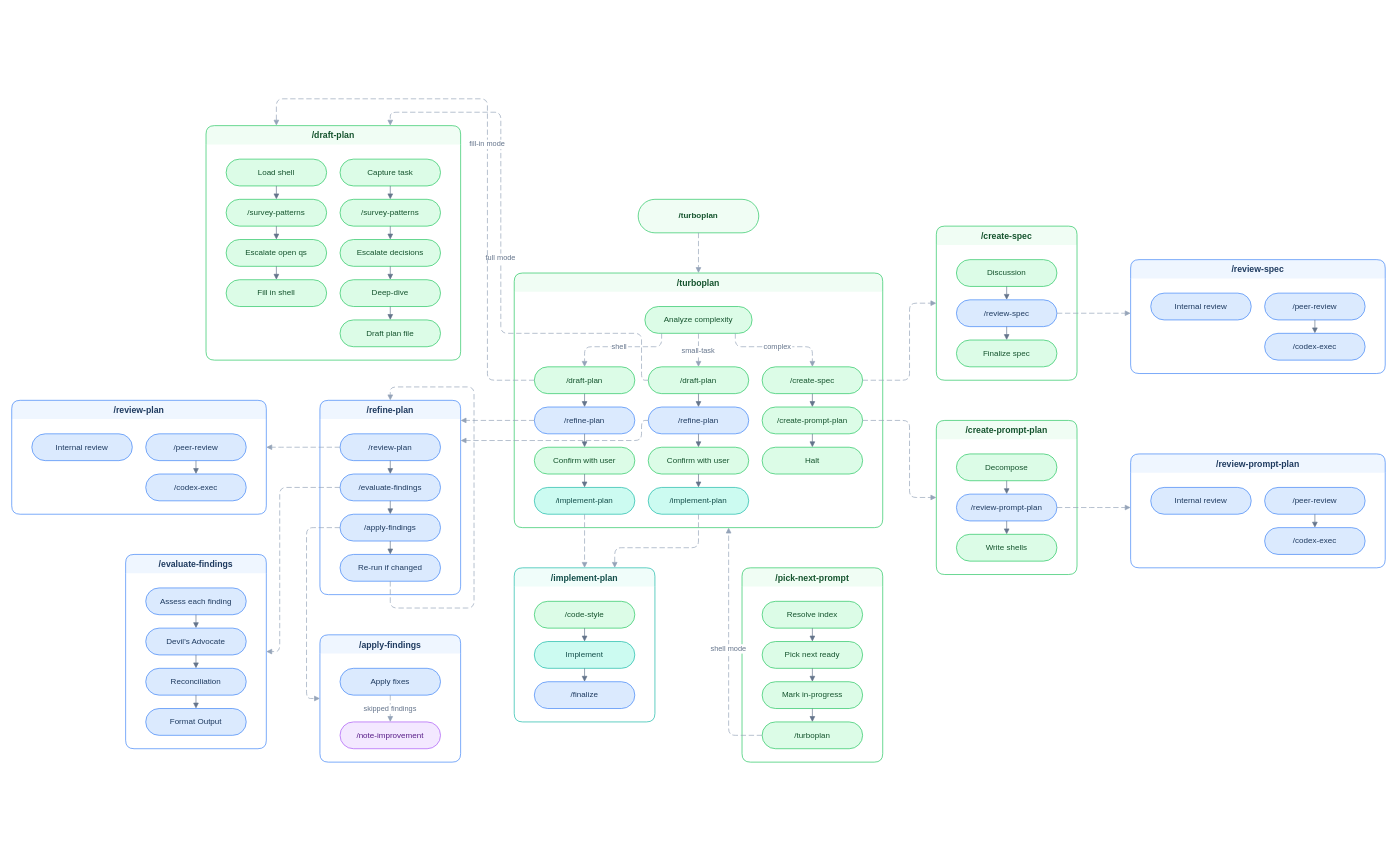
tobihagemann/turbo keeps this draw.io diagram as assets/how-turboplan-connects.drawio. Above is the earlier version. Source tidied: cells renumbered, new cells numbered last; positions are measured from the earlier drawing's top-left corner, leaving out a move shared by most shapes. Both pictures are drawn from the tidied source at 67%, with x=0, y=0 at pixel (11, 98).
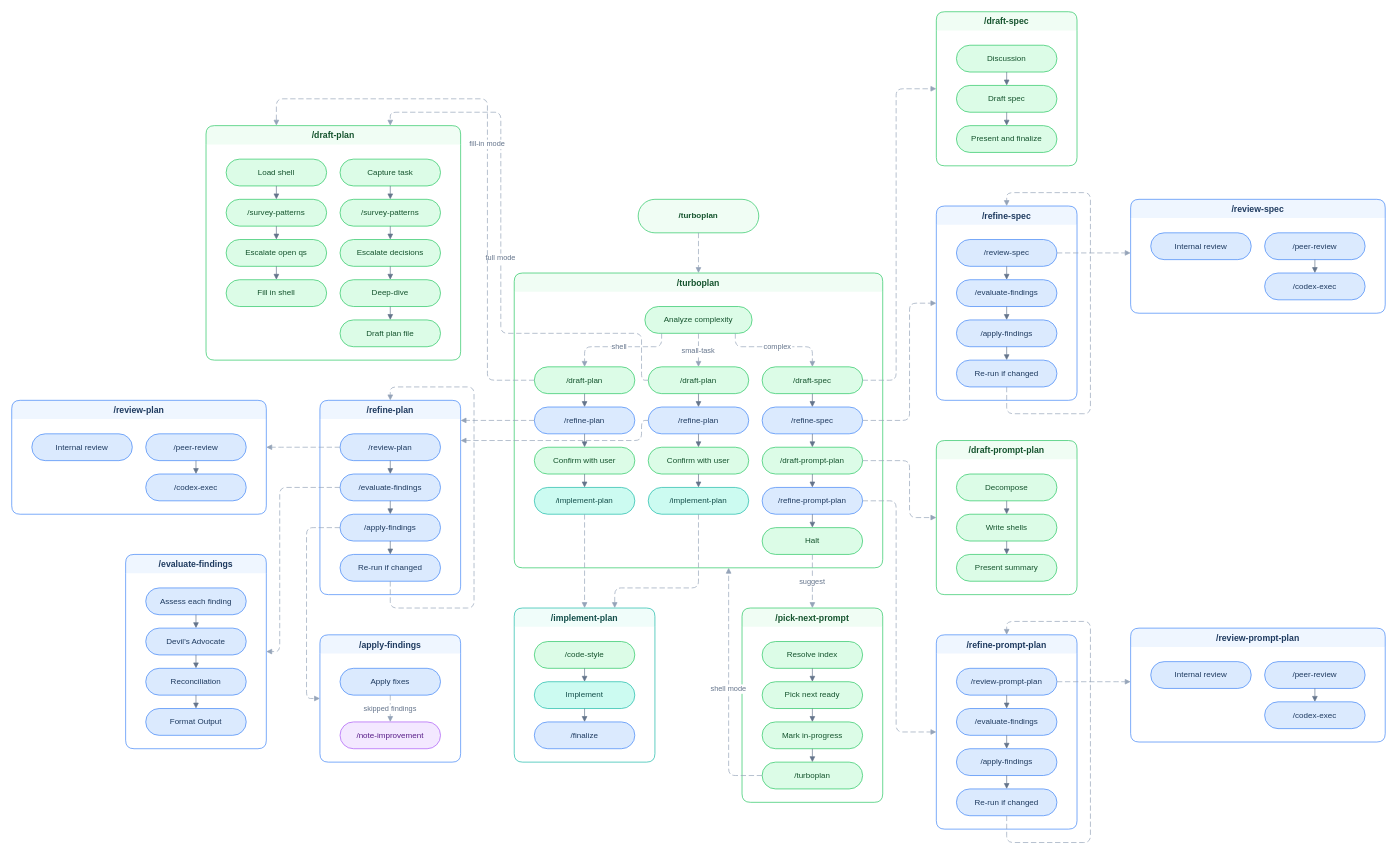
The same diagram, later.

Commit message (it also covers changes not shown here):
Add /refine-spec and /refine-prompt-plan, rename /create-spec and /create-prompt-plan to /draft-*

The change refers to these unchanged cells:
```xml
<mxCell id="13" value="/implement-plan" style="rounded=1;whiteSpace=wrap;html=1;arcSize=50;fillColor=#ccfbf1;strokeColor=#14b8a6;fontColor=#134e4a;fontSize=12;" parent="4" vertex="1">
  <mxGeometry x="200" y="320" width="150" height="40" as="geometry" />
</mxCell>
<mxCell id="103" value="/turboplan" style="rounded=1;whiteSpace=wrap;html=1;arcSize=50;fillColor=#dcfce7;strokeColor=#22c55e;fontColor=#14532d;fontSize=12;" parent="99" vertex="1">
  <mxGeometry x="30" y="230" width="150" height="40" as="geometry" />
</mxCell>
```

Change to the diagram source:
```diff
@@
     <mxCell id="4" value="/turboplan" style="swimlane;startSize=28;rounded=1;fillColor=#f0fdf4;strokeColor=#22c55e;fontColor=#14532d;fontStyle=1;fontSize=13;swimlaneLine=0;" parent="1" vertex="1">
-      <mxGeometry x="750" y="260" width="550" height="380" as="geometry" />
+      <mxGeometry x="750" y="260" width="550" height="440" as="geometry" />
     </mxCell>
@@
-    <mxCell id="14" value="/create-spec" style="rounded=1;whiteSpace=wrap;html=1;arcSize=50;fillColor=#dcfce7;strokeColor=#22c55e;fontColor=#14532d;fontSize=12;" parent="4" vertex="1">
+    <mxCell id="14" value="/draft-spec" style="rounded=1;whiteSpace=wrap;html=1;arcSize=50;fillColor=#dcfce7;strokeColor=#22c55e;fontColor=#14532d;fontSize=12;" parent="4" vertex="1">
       <mxGeometry x="370" y="140" width="150" height="40" as="geometry" />
     </mxCell>
-    <mxCell id="15" value="/create-prompt-plan" style="rounded=1;whiteSpace=wrap;html=1;arcSize=50;fillColor=#dcfce7;strokeColor=#22c55e;fontColor=#14532d;fontSize=12;" parent="4" vertex="1">
-      <mxGeometry x="370" y="200" width="150" height="40" as="geometry" />
+    <mxCell id="15" value="/draft-prompt-plan" style="rounded=1;whiteSpace=wrap;html=1;arcSize=50;fillColor=#dcfce7;strokeColor=#22c55e;fontColor=#14532d;fontSize=12;" parent="4" vertex="1">
+      <mxGeometry x="370" y="260" width="150" height="40" as="geometry" />
     </mxCell>
+    <mxCell id="121" value="/refine-spec" style="rounded=1;whiteSpace=wrap;html=1;arcSize=50;fillColor=#dbeafe;strokeColor=#3b82f6;fontColor=#1e3a5f;fontSize=12;" parent="4" vertex="1">
+      <mxGeometry x="370" y="200" width="150" height="40" as="geometry" />
+    </mxCell>
+    <mxCell id="122" value="/refine-prompt-plan" style="rounded=1;whiteSpace=wrap;html=1;arcSize=50;fillColor=#dbeafe;strokeColor=#3b82f6;fontColor=#1e3a5f;fontSize=12;" parent="4" vertex="1">
+      <mxGeometry x="370" y="320" width="150" height="40" as="geometry" />
+    </mxCell>
     <mxCell id="16" value="Halt" style="rounded=1;whiteSpace=wrap;html=1;arcSize=50;fillColor=#dcfce7;strokeColor=#22c55e;fontColor=#14532d;fontSize=12;" parent="4" vertex="1">
-      <mxGeometry x="370" y="260" width="150" height="40" as="geometry" />
+      <mxGeometry x="370" y="380" width="150" height="40" as="geometry" />
     </mxCell>
@@
-    <mxCell id="26" style="endArrow=block;endFill=1;rounded=1;edgeStyle=orthogonalEdgeStyle;strokeColor=#64748b;" parent="4" edge="1" source="14" target="15">
+    <mxCell id="26" style="endArrow=block;endFill=1;rounded=1;edgeStyle=orthogonalEdgeStyle;strokeColor=#64748b;" parent="4" edge="1" source="14" target="121">
       <mxGeometry relative="1" as="geometry" />
     </mxCell>
+    <mxCell id="123" style="endArrow=block;endFill=1;rounded=1;edgeStyle=orthogonalEdgeStyle;strokeColor=#64748b;" parent="4" edge="1" source="121" target="15">
+      <mxGeometry relative="1" as="geometry" />
+    </mxCell>
-    <mxCell id="27" style="endArrow=block;endFill=1;rounded=1;edgeStyle=orthogonalEdgeStyle;strokeColor=#64748b;" parent="4" edge="1" source="15" target="16">
+    <mxCell id="27" style="endArrow=block;endFill=1;rounded=1;edgeStyle=orthogonalEdgeStyle;strokeColor=#64748b;" parent="4" edge="1" source="15" target="122">
       <mxGeometry relative="1" as="geometry" />
     </mxCell>
+    <mxCell id="124" style="endArrow=block;endFill=1;rounded=1;edgeStyle=orthogonalEdgeStyle;strokeColor=#64748b;" parent="4" edge="1" source="122" target="16">
+      <mxGeometry relative="1" as="geometry" />
+    </mxCell>
@@
     <mxCell id="54" value="/implement-plan" style="swimlane;startSize=28;rounded=1;fillColor=#f0fdfa;strokeColor=#14b8a6;fontColor=#134e4a;fontStyle=1;fontSize=13;swimlaneLine=0;" parent="1" vertex="1">
-      <mxGeometry x="750" y="700" width="210" height="230" as="geometry" />
+      <mxGeometry x="750" y="760" width="210" height="230" as="geometry" />
     </mxCell>
@@
     <mxCell id="65" value="/review-spec" style="swimlane;startSize=28;rounded=1;fillColor=#eff6ff;strokeColor=#3b82f6;fontColor=#1e3a5f;fontStyle=1;fontSize=13;swimlaneLine=0;" parent="1" vertex="1">
-      <mxGeometry x="1670" y="240" width="380" height="170" as="geometry" />
+      <mxGeometry x="1670" y="150" width="380" height="170" as="geometry" />
     </mxCell>
@@
     <mxCell id="70" value="/review-prompt-plan" style="swimlane;startSize=28;rounded=1;fillColor=#eff6ff;strokeColor=#3b82f6;fontColor=#1e3a5f;fontStyle=1;fontSize=13;swimlaneLine=0;" parent="1" vertex="1">
-      <mxGeometry x="1670" y="530" width="380" height="170" as="geometry" />
+      <mxGeometry x="1670" y="790" width="380" height="170" as="geometry" />
     </mxCell>
@@
-    <mxCell id="87" value="/create-spec" style="swimlane;startSize=28;rounded=1;fillColor=#f0fdf4;strokeColor=#22c55e;fontColor=#14532d;fontStyle=1;fontSize=13;swimlaneLine=0;" parent="1" vertex="1">
-      <mxGeometry x="1380" y="190" width="210" height="230" as="geometry" />
+    <mxCell id="87" value="/draft-spec" style="swimlane;startSize=28;rounded=1;fillColor=#f0fdf4;strokeColor=#22c55e;fontColor=#14532d;fontStyle=1;fontSize=13;swimlaneLine=0;" parent="1" vertex="1">
+      <mxGeometry x="1380" y="-130" width="210" height="230" as="geometry" />
     </mxCell>
@@
-    <mxCell id="89" value="/review-spec" style="rounded=1;whiteSpace=wrap;html=1;arcSize=50;fillColor=#dbeafe;strokeColor=#3b82f6;fontColor=#1e3a5f;fontSize=12;" parent="87" vertex="1">
+    <mxCell id="89" value="Draft spec" style="rounded=1;whiteSpace=wrap;html=1;arcSize=50;fillColor=#dcfce7;strokeColor=#22c55e;fontColor=#14532d;fontSize=12;" parent="87" vertex="1">
       <mxGeometry x="30" y="110" width="150" height="40" as="geometry" />
     </mxCell>
-    <mxCell id="90" value="Finalize spec" style="rounded=1;whiteSpace=wrap;html=1;arcSize=50;fillColor=#dcfce7;strokeColor=#22c55e;fontColor=#14532d;fontSize=12;" parent="87" vertex="1">
+    <mxCell id="90" value="Present and finalize" style="rounded=1;whiteSpace=wrap;html=1;arcSize=50;fillColor=#dcfce7;strokeColor=#22c55e;fontColor=#14532d;fontSize=12;" parent="87" vertex="1">
       <mxGeometry x="30" y="170" width="150" height="40" as="geometry" />
     </mxCell>
@@
-    <mxCell id="93" value="/create-prompt-plan" style="swimlane;startSize=28;rounded=1;fillColor=#f0fdf4;strokeColor=#22c55e;fontColor=#14532d;fontStyle=1;fontSize=13;swimlaneLine=0;" parent="1" vertex="1">
-      <mxGeometry x="1380" y="480" width="210" height="230" as="geometry" />
+    <mxCell id="93" value="/draft-prompt-plan" style="swimlane;startSize=28;rounded=1;fillColor=#f0fdf4;strokeColor=#22c55e;fontColor=#14532d;fontStyle=1;fontSize=13;swimlaneLine=0;" parent="1" vertex="1">
+      <mxGeometry x="1380" y="510" width="210" height="230" as="geometry" />
     </mxCell>
@@
-    <mxCell id="95" value="/review-prompt-plan" style="rounded=1;whiteSpace=wrap;html=1;arcSize=50;fillColor=#dbeafe;strokeColor=#3b82f6;fontColor=#1e3a5f;fontSize=12;" parent="93" vertex="1">
+    <mxCell id="95" value="Write shells" style="rounded=1;whiteSpace=wrap;html=1;arcSize=50;fillColor=#dcfce7;strokeColor=#22c55e;fontColor=#14532d;fontSize=12;" parent="93" vertex="1">
       <mxGeometry x="30" y="110" width="150" height="40" as="geometry" />
     </mxCell>
-    <mxCell id="96" value="Write shells" style="rounded=1;whiteSpace=wrap;html=1;arcSize=50;fillColor=#dcfce7;strokeColor=#22c55e;fontColor=#14532d;fontSize=12;" parent="93" vertex="1">
+    <mxCell id="96" value="Present summary" style="rounded=1;whiteSpace=wrap;html=1;arcSize=50;fillColor=#dcfce7;strokeColor=#22c55e;fontColor=#14532d;fontSize=12;" parent="93" vertex="1">
       <mxGeometry x="30" y="170" width="150" height="40" as="geometry" />
     </mxCell>
@@
     <mxCell id="99" value="/pick-next-prompt" style="swimlane;startSize=28;rounded=1;fillColor=#f0fdf4;strokeColor=#22c55e;fontColor=#14532d;fontStyle=1;fontSize=13;swimlaneLine=0;" parent="1" vertex="1">
-      <mxGeometry x="1090" y="700" width="210" height="290" as="geometry" />
+      <mxGeometry x="1090" y="760" width="210" height="290" as="geometry" />
     </mxCell>
@@
     <mxCell id="110" style="dashed=1;dashPattern=8 4;endArrow=block;endFill=1;rounded=1;edgeStyle=orthogonalEdgeStyle;strokeColor=#94a3b8;fontSize=11;fontColor=#64748b;" parent="1" edge="1" source="13" target="54">
       <mxGeometry relative="1" as="geometry">
         <Array as="points">
-          <mxPoint x="1025" y="670" />
-          <mxPoint x="900" y="670" />
+          <mxPoint x="1025" y="730" />
+          <mxPoint x="900" y="730" />
         </Array>
       </mxGeometry>
     </mxCell>
     <mxCell id="111" style="dashed=1;dashPattern=8 4;endArrow=block;endFill=1;rounded=1;edgeStyle=orthogonalEdgeStyle;strokeColor=#94a3b8;fontSize=11;fontColor=#64748b;" parent="1" edge="1" source="14" target="87">
       <mxGeometry relative="1" as="geometry">
         <Array as="points">
-          <mxPoint x="1340" y="420" />
-          <mxPoint x="1340" y="305" />
+          <mxPoint x="1320" y="420" />
+          <mxPoint x="1320" y="-15" />
         </Array>
       </mxGeometry>
     </mxCell>
     <mxCell id="112" style="dashed=1;dashPattern=8 4;endArrow=block;endFill=1;rounded=1;edgeStyle=orthogonalEdgeStyle;strokeColor=#94a3b8;fontSize=11;fontColor=#64748b;" parent="1" edge="1" source="15" target="93">
       <mxGeometry relative="1" as="geometry">
         <Array as="points">
-          <mxPoint x="1340" y="480" />
-          <mxPoint x="1340" y="595" />
+          <mxPoint x="1340" y="540" />
+          <mxPoint x="1340" y="625" />
         </Array>
       </mxGeometry>
     </mxCell>
     <mxCell id="113" value="shell mode" style="dashed=1;dashPattern=8 4;endArrow=block;endFill=1;rounded=1;edgeStyle=orthogonalEdgeStyle;strokeColor=#94a3b8;fontSize=11;fontColor=#64748b;" parent="1" edge="1" source="103" target="4">
       <mxGeometry relative="1" as="geometry">
         <Array as="points">
-          <mxPoint x="1070" y="950" />
+          <mxPoint x="1070" y="1010" />
         </Array>
       </mxGeometry>
     </mxCell>
@@
-    <mxCell id="117" style="dashed=1;dashPattern=8 4;endArrow=block;endFill=1;rounded=1;edgeStyle=orthogonalEdgeStyle;strokeColor=#94a3b8;fontSize=11;fontColor=#64748b;" parent="1" edge="1" source="89" target="65">
-      <mxGeometry relative="1" as="geometry">
-        <Array as="points">
-          <mxPoint x="1630" y="320" />
-          <mxPoint x="1630" y="320" />
-        </Array>
-      </mxGeometry>
-    </mxCell>
-    <mxCell id="118" style="dashed=1;dashPattern=8 4;endArrow=block;endFill=1;rounded=1;edgeStyle=orthogonalEdgeStyle;strokeColor=#94a3b8;fontSize=11;fontColor=#64748b;" parent="1" edge="1" source="95" target="70">
-      <mxGeometry relative="1" as="geometry">
-        <Array as="points">
-          <mxPoint x="1620" y="610" />
-          <mxPoint x="1620" y="610" />
-        </Array>
-      </mxGeometry>
-    </mxCell>
+    <mxCell id="125" value="/refine-spec" style="swimlane;startSize=28;rounded=1;fillColor=#eff6ff;strokeColor=#3b82f6;fontColor=#1e3a5f;fontStyle=1;fontSize=13;swimlaneLine=0;" parent="1" vertex="1">
+      <mxGeometry x="1380" y="160" width="210" height="290" as="geometry" />
+    </mxCell>
+    <mxCell id="126" value="/review-spec" style="rounded=1;whiteSpace=wrap;html=1;arcSize=50;fillColor=#dbeafe;strokeColor=#3b82f6;fontColor=#1e3a5f;fontSize=12;" parent="125" vertex="1">
+      <mxGeometry x="30" y="50" width="150" height="40" as="geometry" />
+    </mxCell>
+    <mxCell id="127" value="/evaluate-findings" style="rounded=1;whiteSpace=wrap;html=1;arcSize=50;fillColor=#dbeafe;strokeColor=#3b82f6;fontColor=#1e3a5f;fontSize=12;" parent="125" vertex="1">
+      <mxGeometry x="30" y="110" width="150" height="40" as="geometry" />
+    </mxCell>
+    <mxCell id="128" value="/apply-findings" style="rounded=1;whiteSpace=wrap;html=1;arcSize=50;fillColor=#dbeafe;strokeColor=#3b82f6;fontColor=#1e3a5f;fontSize=12;" parent="125" vertex="1">
+      <mxGeometry x="30" y="170" width="150" height="40" as="geometry" />
+    </mxCell>
+    <mxCell id="129" value="Re-run if changed" style="rounded=1;whiteSpace=wrap;html=1;arcSize=50;fillColor=#dbeafe;strokeColor=#3b82f6;fontColor=#1e3a5f;fontSize=12;" parent="125" vertex="1">
+      <mxGeometry x="30" y="230" width="150" height="40" as="geometry" />
+    </mxCell>
+    <mxCell id="130" style="endArrow=block;endFill=1;rounded=1;edgeStyle=orthogonalEdgeStyle;strokeColor=#64748b;" parent="125" edge="1" source="126" target="127">
+      <mxGeometry relative="1" as="geometry" />
+    </mxCell>
+    <mxCell id="131" style="endArrow=block;endFill=1;rounded=1;edgeStyle=orthogonalEdgeStyle;strokeColor=#64748b;" parent="125" edge="1" source="127" target="128">
+      <mxGeometry relative="1" as="geometry" />
+    </mxCell>
+    <mxCell id="132" style="endArrow=block;endFill=1;rounded=1;edgeStyle=orthogonalEdgeStyle;strokeColor=#64748b;" parent="125" edge="1" source="128" target="129">
+      <mxGeometry relative="1" as="geometry" />
+    </mxCell>
+    <mxCell id="133" style="dashed=1;dashPattern=8 4;endArrow=block;endFill=1;rounded=1;edgeStyle=orthogonalEdgeStyle;strokeColor=#94a3b8;fontSize=11;fontColor=#64748b;" parent="125" edge="1" source="129" target="125">
+      <mxGeometry relative="1" as="geometry">
+        <Array as="points">
+          <mxPoint x="105" y="310" />
+          <mxPoint x="230" y="310" />
+          <mxPoint x="230" y="-20" />
+          <mxPoint x="105" y="-20" />
+        </Array>
+      </mxGeometry>
+    </mxCell>
+    <mxCell id="134" value="/refine-prompt-plan" style="swimlane;startSize=28;rounded=1;fillColor=#eff6ff;strokeColor=#3b82f6;fontColor=#1e3a5f;fontStyle=1;fontSize=13;swimlaneLine=0;" parent="1" vertex="1">
+      <mxGeometry x="1380" y="800" width="210" height="290" as="geometry" />
+    </mxCell>
+    <mxCell id="135" value="/review-prompt-plan" style="rounded=1;whiteSpace=wrap;html=1;arcSize=50;fillColor=#dbeafe;strokeColor=#3b82f6;fontColor=#1e3a5f;fontSize=12;" parent="134" vertex="1">
+      <mxGeometry x="30" y="50" width="150" height="40" as="geometry" />
+    </mxCell>
+    <mxCell id="136" value="/evaluate-findings" style="rounded=1;whiteSpace=wrap;html=1;arcSize=50;fillColor=#dbeafe;strokeColor=#3b82f6;fontColor=#1e3a5f;fontSize=12;" parent="134" vertex="1">
+      <mxGeometry x="30" y="110" width="150" height="40" as="geometry" />
+    </mxCell>
+    <mxCell id="137" value="/apply-findings" style="rounded=1;whiteSpace=wrap;html=1;arcSize=50;fillColor=#dbeafe;strokeColor=#3b82f6;fontColor=#1e3a5f;fontSize=12;" parent="134" vertex="1">
+      <mxGeometry x="30" y="170" width="150" height="40" as="geometry" />
+    </mxCell>
+    <mxCell id="138" value="Re-run if changed" style="rounded=1;whiteSpace=wrap;html=1;arcSize=50;fillColor=#dbeafe;strokeColor=#3b82f6;fontColor=#1e3a5f;fontSize=12;" parent="134" vertex="1">
+      <mxGeometry x="30" y="230" width="150" height="40" as="geometry" />
+    </mxCell>
+    <mxCell id="139" style="endArrow=block;endFill=1;rounded=1;edgeStyle=orthogonalEdgeStyle;strokeColor=#64748b;" parent="134" edge="1" source="135" target="136">
+      <mxGeometry relative="1" as="geometry" />
+    </mxCell>
+    <mxCell id="140" style="endArrow=block;endFill=1;rounded=1;edgeStyle=orthogonalEdgeStyle;strokeColor=#64748b;" parent="134" edge="1" source="136" target="137">
+      <mxGeometry relative="1" as="geometry" />
+    </mxCell>
+    <mxCell id="141" style="endArrow=block;endFill=1;rounded=1;edgeStyle=orthogonalEdgeStyle;strokeColor=#64748b;" parent="134" edge="1" source="137" target="138">
+      <mxGeometry relative="1" as="geometry" />
+    </mxCell>
+    <mxCell id="142" style="dashed=1;dashPattern=8 4;endArrow=block;endFill=1;rounded=1;edgeStyle=orthogonalEdgeStyle;strokeColor=#94a3b8;fontSize=11;fontColor=#64748b;" parent="134" edge="1" source="138" target="134">
+      <mxGeometry relative="1" as="geometry">
+        <Array as="points">
+          <mxPoint x="105" y="310" />
+          <mxPoint x="230" y="310" />
+          <mxPoint x="230" y="-20" />
+          <mxPoint x="105" y="-20" />
+        </Array>
+      </mxGeometry>
+    </mxCell>
+    <mxCell id="143" style="dashed=1;dashPattern=8 4;endArrow=block;endFill=1;rounded=1;edgeStyle=orthogonalEdgeStyle;strokeColor=#94a3b8;fontSize=11;fontColor=#64748b;" parent="1" edge="1" source="121" target="125">
+      <mxGeometry relative="1" as="geometry">
+        <Array as="points">
+          <mxPoint x="1340" y="480" />
+          <mxPoint x="1340" y="305" />
+        </Array>
+      </mxGeometry>
+    </mxCell>
+    <mxCell id="144" style="dashed=1;dashPattern=8 4;endArrow=block;endFill=1;rounded=1;edgeStyle=orthogonalEdgeStyle;strokeColor=#94a3b8;fontSize=11;fontColor=#64748b;" parent="1" edge="1" source="122" target="134">
+      <mxGeometry relative="1" as="geometry">
+        <Array as="points">
+          <mxPoint x="1320" y="600" />
+          <mxPoint x="1320" y="945" />
+        </Array>
+      </mxGeometry>
+    </mxCell>
+    <mxCell id="145" style="dashed=1;dashPattern=8 4;endArrow=block;endFill=1;rounded=1;edgeStyle=orthogonalEdgeStyle;strokeColor=#94a3b8;fontSize=11;fontColor=#64748b;" parent="1" edge="1" source="126" target="65">
+      <mxGeometry relative="1" as="geometry">
+        <Array as="points">
+          <mxPoint x="1640" y="230" />
+          <mxPoint x="1640" y="230" />
+        </Array>
+      </mxGeometry>
+    </mxCell>
+    <mxCell id="146" style="dashed=1;dashPattern=8 4;endArrow=block;endFill=1;rounded=1;edgeStyle=orthogonalEdgeStyle;strokeColor=#94a3b8;fontSize=11;fontColor=#64748b;" parent="1" edge="1" source="135" target="70">
+      <mxGeometry relative="1" as="geometry">
+        <Array as="points">
+          <mxPoint x="1650" y="870" />
+          <mxPoint x="1650" y="870" />
+        </Array>
+      </mxGeometry>
+    </mxCell>
@@
+    <mxCell id="147" value="suggest" style="dashed=1;dashPattern=8 4;endArrow=block;endFill=1;rounded=1;edgeStyle=orthogonalEdgeStyle;strokeColor=#94a3b8;fontSize=11;fontColor=#64748b;" parent="1" edge="1" source="16" target="99">
+      <mxGeometry relative="1" as="geometry" />
+    </mxCell>
```
